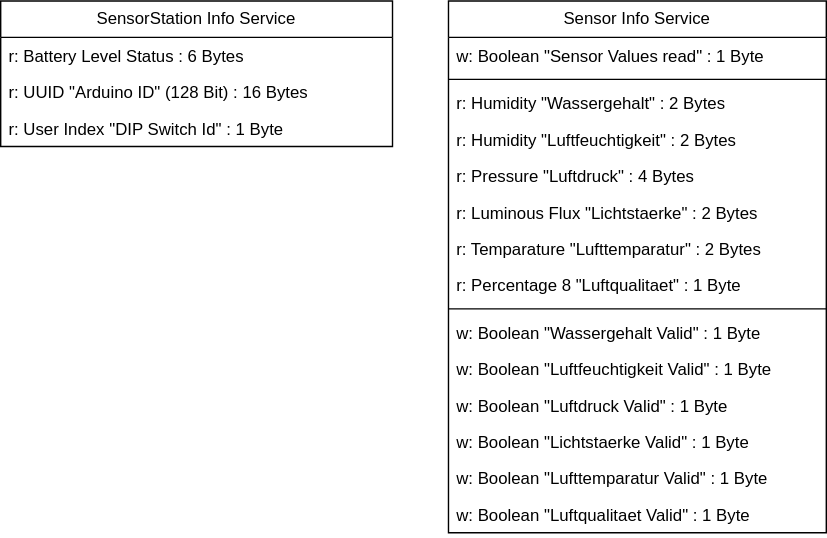
Earlier version of the draw.io export Diagrams/SensorStation/BLE-Services.drawio.svg (FabioPlunser/SWE). Source tidied: cells renumbered, new cells last; positions are measured from the earlier drawing's top-left corner, leaving out a move shared by most shapes. Its diagram source:
```xml
<mxGraphModel>
  <root>
    <mxCell id="0" />
    <mxCell id="1" parent="0" />
    <mxCell id="2" value="SensorStation Info Service" style="swimlane;fontStyle=0;horizontal=1;startSize=26;fillColor=none;whiteSpace=wrap;html=1;" parent="1" vertex="1">
      <mxGeometry width="280" height="104" as="geometry" />
    </mxCell>
    <mxCell id="3" value="r: Battery Level Status : 6 Bytes" style="text;strokeColor=none;fillColor=none;align=left;verticalAlign=top;spacingLeft=4;spacingRight=4;overflow=hidden;whiteSpace=wrap;html=1;" parent="2" vertex="1">
      <mxGeometry y="26" width="280" height="26" as="geometry" />
    </mxCell>
    <mxCell id="4" value="r: UUID &quot;Arduino ID&quot; (128 Bit) : 16 Bytes" style="text;strokeColor=none;fillColor=none;align=left;verticalAlign=top;spacingLeft=4;spacingRight=4;overflow=hidden;whiteSpace=wrap;html=1;" parent="2" vertex="1">
      <mxGeometry y="52" width="280" height="26" as="geometry" />
    </mxCell>
    <mxCell id="5" value="r: User Index &quot;DIP Switch Id&quot; : 1 Byte" style="text;strokeColor=none;fillColor=none;align=left;verticalAlign=top;spacingLeft=4;spacingRight=4;overflow=hidden;whiteSpace=wrap;html=1;" parent="2" vertex="1">
      <mxGeometry y="78" width="280" height="26" as="geometry" />
    </mxCell>
    <mxCell id="6" value="Sensor Info Service" style="swimlane;fontStyle=0;horizontal=1;startSize=26;fillColor=none;whiteSpace=wrap;html=1;" parent="1" vertex="1">
      <mxGeometry x="320" width="270" height="380" as="geometry" />
    </mxCell>
    <mxCell id="7" value="w: Boolean &quot;Sensor Values read&quot; : 1 Byte" style="text;strokeColor=none;fillColor=none;align=left;verticalAlign=top;spacingLeft=4;spacingRight=4;overflow=hidden;whiteSpace=wrap;html=1;" parent="6" vertex="1">
      <mxGeometry y="26" width="270" height="26" as="geometry" />
    </mxCell>
    <mxCell id="8" style="line;strokeWidth=1;fillColor=none;align=left;verticalAlign=middle;spacingTop=-1;spacingLeft=3;spacingRight=3;labelPosition=right;strokeColor=inherit;" parent="6" vertex="1">
      <mxGeometry y="52" width="270" height="8" as="geometry" />
    </mxCell>
    <mxCell id="9" value="r: Humidity &quot;Wassergehalt&quot; : 2 Bytes" style="text;strokeColor=none;fillColor=none;align=left;verticalAlign=top;spacingLeft=4;spacingRight=4;overflow=hidden;whiteSpace=wrap;html=1;" parent="6" vertex="1">
      <mxGeometry y="60" width="270" height="26" as="geometry" />
    </mxCell>
    <mxCell id="10" value="r: Humidity &quot;Luftfeuchtigkeit&quot; : 2 Bytes" style="text;strokeColor=none;fillColor=none;align=left;verticalAlign=top;spacingLeft=4;spacingRight=4;overflow=hidden;whiteSpace=wrap;html=1;" parent="6" vertex="1">
      <mxGeometry y="86" width="270" height="26" as="geometry" />
    </mxCell>
    <mxCell id="11" value="r: Pressure &quot;Luftdruck&quot; : 4 Bytes" style="text;strokeColor=none;fillColor=none;align=left;verticalAlign=top;spacingLeft=4;spacingRight=4;overflow=hidden;whiteSpace=wrap;html=1;" parent="6" vertex="1">
      <mxGeometry y="112" width="270" height="26" as="geometry" />
    </mxCell>
    <mxCell id="12" value="r: Luminous Flux &quot;Lichtstaerke&quot; : 2 Bytes" style="text;strokeColor=none;fillColor=none;align=left;verticalAlign=top;spacingLeft=4;spacingRight=4;overflow=hidden;whiteSpace=wrap;html=1;" parent="6" vertex="1">
      <mxGeometry y="138" width="270" height="26" as="geometry" />
    </mxCell>
    <mxCell id="13" value="r: Temparature &quot;Lufttemparatur&quot; : 2 Bytes" style="text;strokeColor=none;fillColor=none;align=left;verticalAlign=top;spacingLeft=4;spacingRight=4;overflow=hidden;whiteSpace=wrap;html=1;" parent="6" vertex="1">
      <mxGeometry y="164" width="270" height="26" as="geometry" />
    </mxCell>
    <mxCell id="14" value="r: Percentage 8 &quot;Luftqualitaet&quot; : 1 Byte" style="text;strokeColor=none;fillColor=none;align=left;verticalAlign=top;spacingLeft=4;spacingRight=4;overflow=hidden;whiteSpace=wrap;html=1;" parent="6" vertex="1">
      <mxGeometry y="190" width="270" height="26" as="geometry" />
    </mxCell>
    <mxCell id="15" style="line;strokeWidth=1;fillColor=none;align=left;verticalAlign=middle;spacingTop=-1;spacingLeft=3;spacingRight=3;labelPosition=right;strokeColor=inherit;" parent="6" vertex="1">
      <mxGeometry y="216" width="270" height="8" as="geometry" />
    </mxCell>
    <mxCell id="16" value="w: Boolean &quot;Wassergehalt Valid&quot; : 1 Byte" style="text;strokeColor=none;fillColor=none;align=left;verticalAlign=top;spacingLeft=4;spacingRight=4;overflow=hidden;whiteSpace=wrap;html=1;" parent="6" vertex="1">
      <mxGeometry y="224" width="270" height="26" as="geometry" />
    </mxCell>
    <mxCell id="17" value="w: Boolean &quot;Luftfeuchtigkeit&amp;nbsp;Valid&quot; : 1 Byte" style="text;strokeColor=none;fillColor=none;align=left;verticalAlign=top;spacingLeft=4;spacingRight=4;overflow=hidden;whiteSpace=wrap;html=1;" parent="6" vertex="1">
      <mxGeometry y="250" width="270" height="26" as="geometry" />
    </mxCell>
    <mxCell id="18" value="w: Boolean &quot;Luftdruck&amp;nbsp;Valid&quot; : 1 Byte" style="text;strokeColor=none;fillColor=none;align=left;verticalAlign=top;spacingLeft=4;spacingRight=4;overflow=hidden;whiteSpace=wrap;html=1;" parent="6" vertex="1">
      <mxGeometry y="276" width="270" height="26" as="geometry" />
    </mxCell>
    <mxCell id="19" value="w: Boolean &quot;Lichtstaerke&amp;nbsp;Valid&quot; : 1 Byte" style="text;strokeColor=none;fillColor=none;align=left;verticalAlign=top;spacingLeft=4;spacingRight=4;overflow=hidden;whiteSpace=wrap;html=1;" parent="6" vertex="1">
      <mxGeometry y="302" width="270" height="26" as="geometry" />
    </mxCell>
    <mxCell id="20" value="w: Boolean &quot;Lufttemparatur&amp;nbsp;Valid&quot; : 1 Byte" style="text;strokeColor=none;fillColor=none;align=left;verticalAlign=top;spacingLeft=4;spacingRight=4;overflow=hidden;whiteSpace=wrap;html=1;" parent="6" vertex="1">
      <mxGeometry y="328" width="270" height="26" as="geometry" />
    </mxCell>
    <mxCell id="21" value="w: Boolean &quot;Luftqualitaet&amp;nbsp;Valid&quot; : 1 Byte" style="text;strokeColor=none;fillColor=none;align=left;verticalAlign=top;spacingLeft=4;spacingRight=4;overflow=hidden;whiteSpace=wrap;html=1;" parent="6" vertex="1">
      <mxGeometry y="354" width="270" height="26" as="geometry" />
    </mxCell>
  </root>
</mxGraphModel>
```
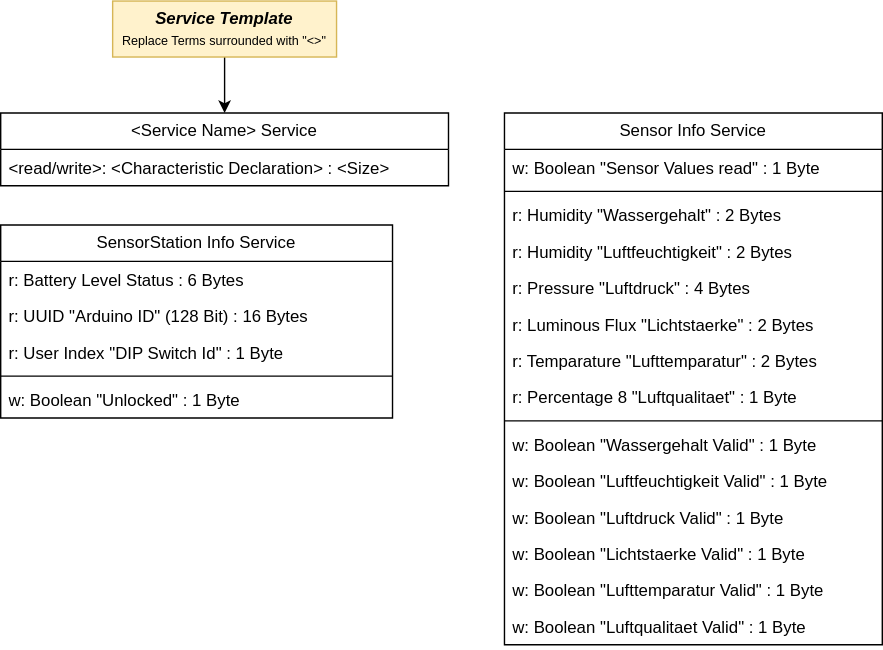
After the commit.

Commit message:
Added "Unlocked"-Characteristic in SensorStation BLE Services

What changed in the source:
```diff
@@ -3,7 +3,7 @@
     <mxCell id="0" />
     <mxCell id="1" parent="0" />
     <mxCell id="2" value="SensorStation Info Service" style="swimlane;fontStyle=0;horizontal=1;startSize=26;fillColor=none;whiteSpace=wrap;html=1;" parent="1" vertex="1">
-      <mxGeometry width="280" height="104" as="geometry" />
+      <mxGeometry y="160" width="280" height="138" as="geometry" />
     </mxCell>
     <mxCell id="3" value="r: Battery Level Status : 6 Bytes" style="text;strokeColor=none;fillColor=none;align=left;verticalAlign=top;spacingLeft=4;spacingRight=4;overflow=hidden;whiteSpace=wrap;html=1;" parent="2" vertex="1">
       <mxGeometry y="26" width="280" height="26" as="geometry" />
@@ -14,8 +14,14 @@
     <mxCell id="5" value="r: User Index &quot;DIP Switch Id&quot; : 1 Byte" style="text;strokeColor=none;fillColor=none;align=left;verticalAlign=top;spacingLeft=4;spacingRight=4;overflow=hidden;whiteSpace=wrap;html=1;" parent="2" vertex="1">
       <mxGeometry y="78" width="280" height="26" as="geometry" />
     </mxCell>
+    <mxCell id="22" style="line;strokeWidth=1;fillColor=none;align=left;verticalAlign=middle;spacingTop=-1;spacingLeft=3;spacingRight=3;labelPosition=right;strokeColor=inherit;" parent="2" vertex="1">
+      <mxGeometry y="104" width="280" height="8" as="geometry" />
+    </mxCell>
+    <mxCell id="23" value="w: Boolean &quot;Unlocked&quot; : 1 Byte" style="text;strokeColor=none;fillColor=none;align=left;verticalAlign=top;spacingLeft=4;spacingRight=4;overflow=hidden;whiteSpace=wrap;html=1;" parent="2" vertex="1">
+      <mxGeometry y="112" width="280" height="26" as="geometry" />
+    </mxCell>
     <mxCell id="6" value="Sensor Info Service" style="swimlane;fontStyle=0;horizontal=1;startSize=26;fillColor=none;whiteSpace=wrap;html=1;" parent="1" vertex="1">
-      <mxGeometry x="320" width="270" height="380" as="geometry" />
+      <mxGeometry x="360" y="80" width="270" height="380" as="geometry" />
     </mxCell>
     <mxCell id="7" value="w: Boolean &quot;Sensor Values read&quot; : 1 Byte" style="text;strokeColor=none;fillColor=none;align=left;verticalAlign=top;spacingLeft=4;spacingRight=4;overflow=hidden;whiteSpace=wrap;html=1;" parent="6" vertex="1">
       <mxGeometry y="26" width="270" height="26" as="geometry" />
@@ -62,5 +68,17 @@
     <mxCell id="21" value="w: Boolean &quot;Luftqualitaet&amp;nbsp;Valid&quot; : 1 Byte" style="text;strokeColor=none;fillColor=none;align=left;verticalAlign=top;spacingLeft=4;spacingRight=4;overflow=hidden;whiteSpace=wrap;html=1;" parent="6" vertex="1">
       <mxGeometry y="354" width="270" height="26" as="geometry" />
     </mxCell>
+    <mxCell id="24" value="&amp;lt;Service Name&amp;gt; Service" style="swimlane;fontStyle=0;horizontal=1;startSize=26;fillColor=none;whiteSpace=wrap;html=1;" parent="1" vertex="1">
+      <mxGeometry y="80" width="320" height="52" as="geometry" />
+    </mxCell>
+    <mxCell id="25" value="&amp;lt;read/write&amp;gt;: &amp;lt;Characteristic Declaration&amp;gt; : &amp;lt;Size&amp;gt;" style="text;strokeColor=none;fillColor=none;align=left;verticalAlign=top;spacingLeft=4;spacingRight=4;overflow=hidden;whiteSpace=wrap;html=1;" parent="24" vertex="1">
+      <mxGeometry y="26" width="320" height="26" as="geometry" />
+    </mxCell>
+    <mxCell id="26" style="edgeStyle=orthogonalEdgeStyle;rounded=0;jettySize=auto;html=1;" parent="1" edge="1" source="27" target="24">
+      <mxGeometry relative="1" as="geometry" />
+    </mxCell>
+    <mxCell id="27" value="&lt;b&gt;&lt;i&gt;Service Template&lt;/i&gt;&lt;/b&gt;&lt;br&gt;&lt;font style=&quot;font-size: 9px;&quot;&gt;Replace Terms surrounded with &quot;&amp;lt;&amp;gt;&quot;&lt;/font&gt;" style="text;html=1;strokeColor=#d6b656;fillColor=#fff2cc;align=center;verticalAlign=middle;whiteSpace=wrap;rounded=0;" parent="1" vertex="1">
+      <mxGeometry x="80" width="160" height="40" as="geometry" />
+    </mxCell>
   </root>
 </mxGraphModel>
```
